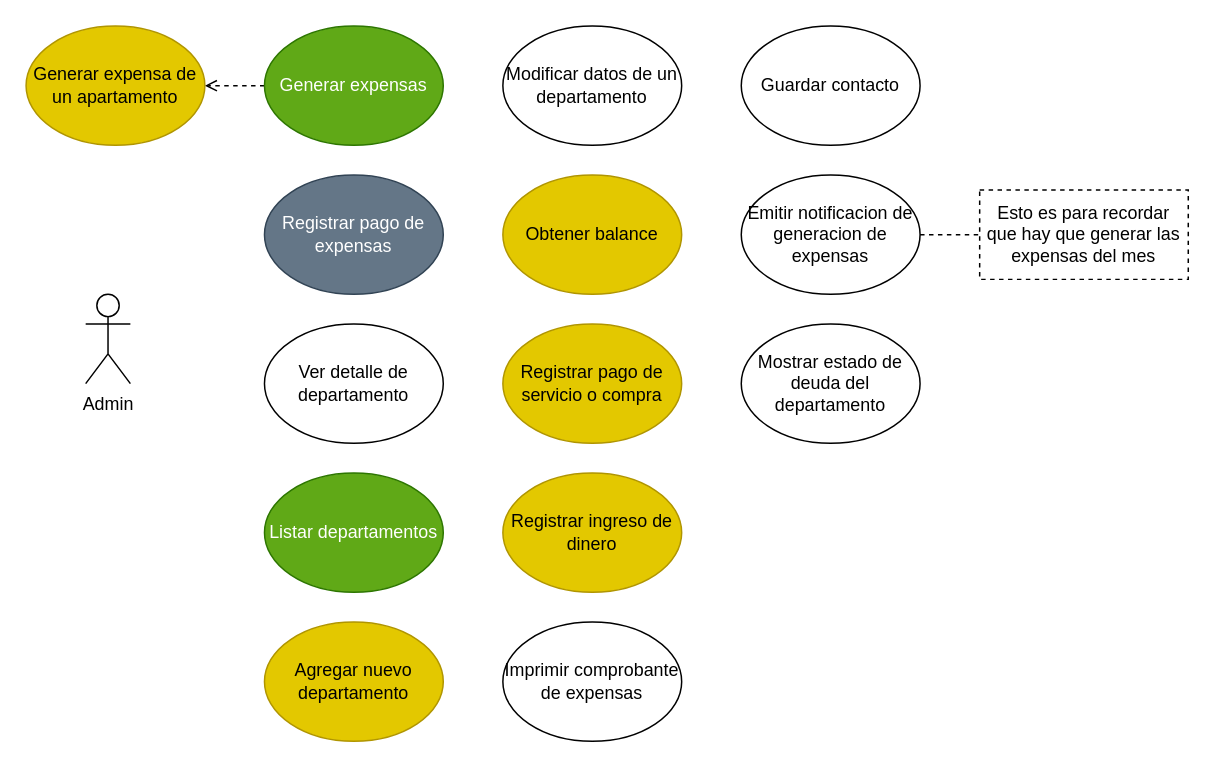
The draw.io diagram docs/usecases.drawio in elmiguedev/expensoides, before the edit. Source tidied: cells renumbered, new cells numbered last; positions are measured from the earlier drawing's top-left corner, leaving out a move shared by most shapes. Both pictures are drawn from the tidied source at 149%, with x=0, y=0 at pixel (25, 25).
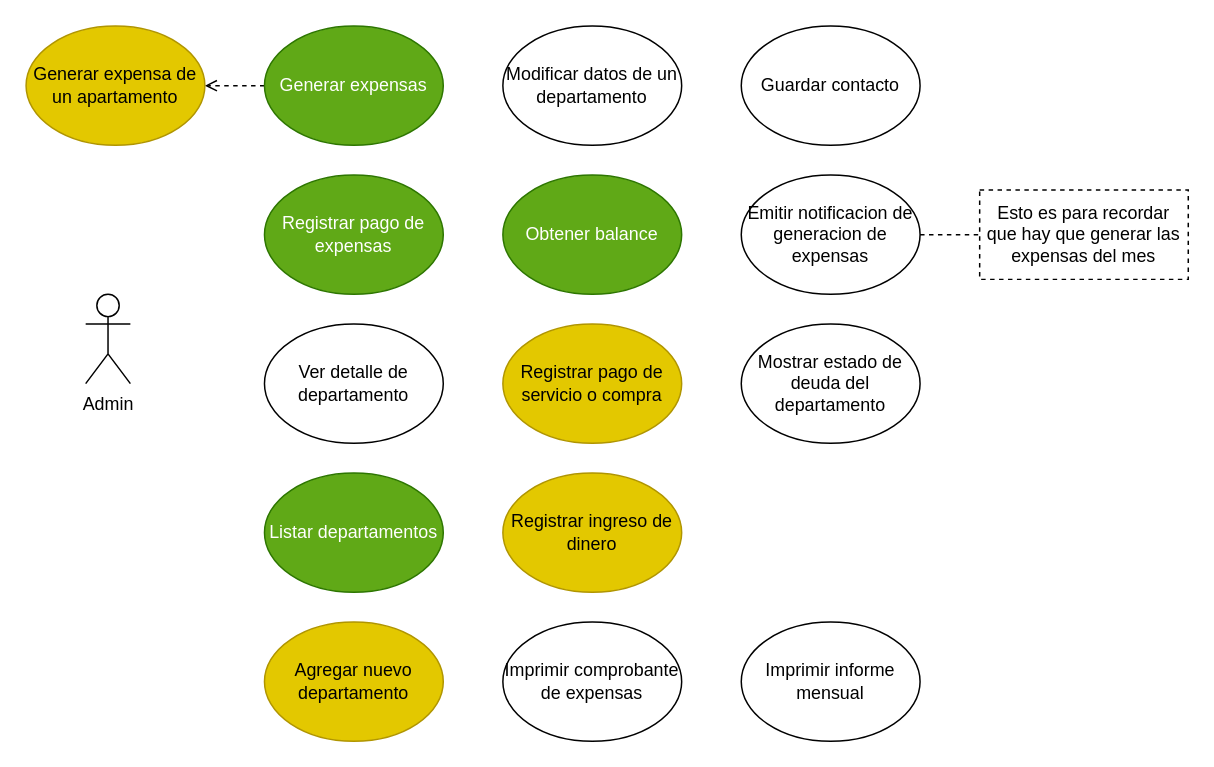
The same page after the edit.

The edit, as a diff of the source:
```diff
@@
-    <mxCell id="5" value="Registrar pago de expensas" style="ellipse;whiteSpace=wrap;html=1;fillColor=#647687;strokeColor=#314354;fontColor=#ffffff;" parent="1" vertex="1">
+    <mxCell id="5" value="Registrar pago de expensas" style="ellipse;whiteSpace=wrap;html=1;fillColor=#60a917;strokeColor=#2D7600;fontColor=#ffffff;" parent="1" vertex="1">
       <mxGeometry x="160" y="100" width="120" height="80" as="geometry" />
     </mxCell>
@@
-    <mxCell id="10" value="Obtener balance" style="ellipse;whiteSpace=wrap;html=1;fillColor=#e3c800;fontColor=#000000;strokeColor=#B09500;" parent="1" vertex="1">
+    <mxCell id="10" value="Obtener balance" style="ellipse;whiteSpace=wrap;html=1;fillColor=#60a917;fontColor=#ffffff;strokeColor=#2D7600;" parent="1" vertex="1">
       <mxGeometry x="320" y="100" width="120" height="80" as="geometry" />
     </mxCell>
@@
+    <mxCell id="21" value="Imprimir informe mensual" style="ellipse;whiteSpace=wrap;html=1;" parent="1" vertex="1">
+      <mxGeometry x="480" y="400" width="120" height="80" as="geometry" />
+    </mxCell>
```
